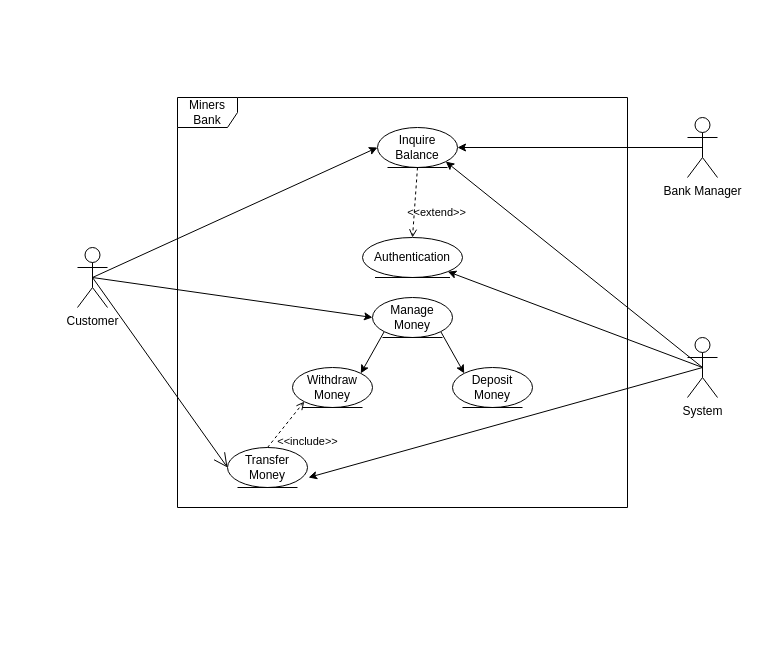
Before: UML Diagrams/UML Use Case Diagram.drawio in V00D00M/El-Paso-Miners-Bank, a draw.io diagram. Source tidied: cells renumbered, new cells numbered last; positions are measured from the earlier drawing's top-left corner, leaving out a move shared by most shapes. Both pictures are drawn from the tidied source at 100%, with x=0, y=0 at pixel (77, 97).
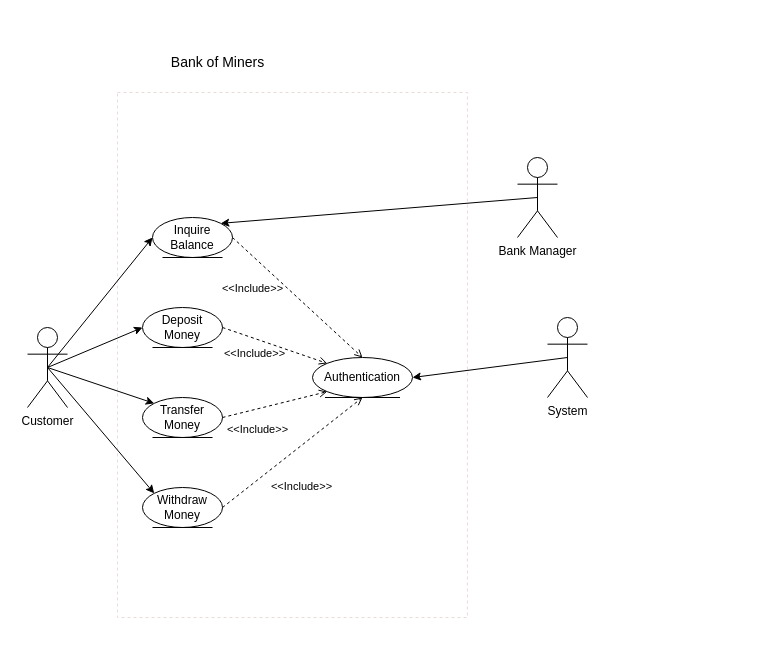
Above is the later version.

Commit message:
Updated UML Use Case diagrams with proper extends and includes

The edit, as a diff of the source:
```diff
@@
-    <mxCell id="2" value="Miners Bank" style="shape=umlFrame;whiteSpace=wrap;html=1;" parent="1" vertex="1">
-      <mxGeometry x="100" width="450" height="410" as="geometry" />
-    </mxCell>
+    <mxCell id="23" style="whiteSpace=wrap;html=1;glass=0;rounded=0;strokeColor=none;labelBackgroundColor=none;" parent="1" vertex="1">
+      <mxGeometry x="-60" y="-80" width="700" height="630" as="geometry" />
+    </mxCell>
+    <mxCell id="24" style="whiteSpace=wrap;html=1;rounded=0;glass=0;dashed=1;strokeColor=#ecdada;" parent="1" vertex="1">
+      <mxGeometry x="40" y="-5" width="350" height="525" as="geometry" />
+    </mxCell>
-    <mxCell id="3" style="edgeStyle=none;html=1;exitX=0.5;exitY=0.5;exitDx=0;exitDy=0;exitPerimeter=0;entryX=0;entryY=0.5;entryDx=0;entryDy=0;" parent="1" edge="1" source="4" target="14">
+    <mxCell id="3" style="edgeStyle=none;html=1;exitX=0.5;exitY=0.5;exitDx=0;exitDy=0;exitPerimeter=0;entryX=0;entryY=0.5;entryDx=0;entryDy=0;" parent="1" edge="1" source="4" target="19">
       <mxGeometry relative="1" as="geometry" />
     </mxCell>
     <mxCell id="4" value="Customer" style="shape=umlActor;verticalLabelPosition=bottom;verticalAlign=top;html=1;" parent="1" vertex="1">
-      <mxGeometry y="150" width="30" height="60" as="geometry" />
+      <mxGeometry x="-50" y="230" width="40" height="80" as="geometry" />
     </mxCell>
     <mxCell id="5" value="Bank Manager" style="shape=umlActor;verticalLabelPosition=bottom;verticalAlign=top;html=1;" parent="1" vertex="1">
-      <mxGeometry x="610" y="20" width="30" height="60" as="geometry" />
+      <mxGeometry x="440" y="60" width="40" height="80" as="geometry" />
     </mxCell>
-    <mxCell id="6" style="edgeStyle=none;html=1;exitX=0.5;exitY=0.5;exitDx=0;exitDy=0;exitPerimeter=0;entryX=1;entryY=1;entryDx=0;entryDy=0;" parent="1" edge="1" source="8" target="11">
-      <mxGeometry relative="1" as="geometry" />
-    </mxCell>
-    <mxCell id="7" style="edgeStyle=none;html=1;exitX=0.5;exitY=0.5;exitDx=0;exitDy=0;exitPerimeter=0;entryX=1.013;entryY=0.75;entryDx=0;entryDy=0;entryPerimeter=0;" parent="1" edge="1" source="8" target="9">
-      <mxGeometry relative="1" as="geometry" />
-    </mxCell>
     <mxCell id="8" value="System" style="shape=umlActor;verticalLabelPosition=bottom;verticalAlign=top;html=1;" parent="1" vertex="1">
-      <mxGeometry x="610" y="240" width="30" height="60" as="geometry" />
+      <mxGeometry x="470" y="220" width="40" height="80" as="geometry" />
     </mxCell>
     <mxCell id="9" value="Transfer Money" style="ellipse;shape=umlEntity;whiteSpace=wrap;html=1;" parent="1" vertex="1">
-      <mxGeometry x="150" y="350" width="80" height="40" as="geometry" />
+      <mxGeometry x="65" y="300" width="80" height="40" as="geometry" />
     </mxCell>
-    <mxCell id="10" style="edgeStyle=none;html=1;exitX=0.5;exitY=0.5;exitDx=0;exitDy=0;exitPerimeter=0;entryX=1;entryY=0.5;entryDx=0;entryDy=0;" parent="1" edge="1" source="5" target="11">
+    <mxCell id="10" style="edgeStyle=none;html=1;exitX=0.5;exitY=0.5;exitDx=0;exitDy=0;exitPerimeter=0;entryX=1;entryY=0;entryDx=0;entryDy=0;" parent="1" edge="1" source="5" target="11">
       <mxGeometry relative="1" as="geometry" />
     </mxCell>
     <mxCell id="11" value="Inquire Balance" style="ellipse;shape=umlEntity;whiteSpace=wrap;html=1;" parent="1" vertex="1">
-      <mxGeometry x="300" y="30" width="80" height="40" as="geometry" />
+      <mxGeometry x="75" y="120" width="80" height="40" as="geometry" />
     </mxCell>
-    <mxCell id="12" style="edgeStyle=none;html=1;exitX=0;exitY=1;exitDx=0;exitDy=0;entryX=1;entryY=0;entryDx=0;entryDy=0;" parent="1" edge="1" source="14" target="18">
+    <mxCell id="12" style="edgeStyle=none;html=1;exitX=0.5;exitY=0.5;exitDx=0;exitDy=0;entryX=0;entryY=0;entryDx=0;entryDy=0;exitPerimeter=0;" parent="1" edge="1" source="4" target="18">
       <mxGeometry relative="1" as="geometry" />
     </mxCell>
-    <mxCell id="13" style="edgeStyle=none;html=1;exitX=1;exitY=1;exitDx=0;exitDy=0;entryX=0;entryY=0;entryDx=0;entryDy=0;" parent="1" edge="1" source="14" target="19">
-      <mxGeometry relative="1" as="geometry" />
-    </mxCell>
-    <mxCell id="14" value="Manage Money" style="ellipse;shape=umlEntity;whiteSpace=wrap;html=1;" parent="1" vertex="1">
-      <mxGeometry x="295" y="200" width="80" height="40" as="geometry" />
-    </mxCell>
-    <mxCell id="15" style="edgeStyle=none;html=1;entryX=1;entryY=1;entryDx=0;entryDy=0;exitX=0.5;exitY=0.5;exitDx=0;exitDy=0;exitPerimeter=0;" parent="1" edge="1" source="8" target="16">
+    <mxCell id="15" style="edgeStyle=none;html=1;entryX=1;entryY=0.5;entryDx=0;entryDy=0;exitX=0.5;exitY=0.5;exitDx=0;exitDy=0;exitPerimeter=0;" parent="1" edge="1" source="8" target="16">
       <mxGeometry relative="1" as="geometry" />
     </mxCell>
     <mxCell id="16" value="Authentication" style="ellipse;shape=umlEntity;whiteSpace=wrap;html=1;" parent="1" vertex="1">
-      <mxGeometry x="285" y="140" width="100" height="40" as="geometry" />
+      <mxGeometry x="235" y="260" width="100" height="40" as="geometry" />
     </mxCell>
-    <mxCell id="17" style="endArrow=open;endFill=1;endSize=12;html=1;exitX=0.5;exitY=0.5;exitDx=0;exitDy=0;exitPerimeter=0;entryX=0;entryY=0.5;entryDx=0;entryDy=0;" parent="1" edge="1" source="4" target="9">
-      <mxGeometry relative="1" as="geometry" />
-    </mxCell>
     <mxCell id="18" value="Withdraw Money" style="ellipse;shape=umlEntity;whiteSpace=wrap;html=1;" parent="1" vertex="1">
-      <mxGeometry x="215" y="270" width="80" height="40" as="geometry" />
+      <mxGeometry x="65" y="390" width="80" height="40" as="geometry" />
     </mxCell>
     <mxCell id="19" value="Deposit Money" style="ellipse;shape=umlEntity;whiteSpace=wrap;html=1;" parent="1" vertex="1">
-      <mxGeometry x="375" y="270" width="80" height="40" as="geometry" />
+      <mxGeometry x="65" y="210" width="80" height="40" as="geometry" />
     </mxCell>
-    <mxCell id="20" value="&amp;lt;&amp;lt;include&amp;gt;&amp;gt;" style="html=1;verticalAlign=bottom;labelBackgroundColor=none;endArrow=open;endFill=0;dashed=1;exitX=0.5;exitY=0;exitDx=0;exitDy=0;entryX=0;entryY=1;entryDx=0;entryDy=0;" parent="1" edge="1" source="9" target="18">
-      <mxGeometry x="-0.22" y="-33" relative="1" as="geometry" />
-    </mxCell>
+    <mxCell id="22" style="edgeStyle=none;html=1;exitX=0.5;exitY=0.5;exitDx=0;exitDy=0;exitPerimeter=0;entryX=0;entryY=0.5;entryDx=0;entryDy=0;" parent="1" edge="1" source="4" target="11">
+      <mxGeometry relative="1" as="geometry" />
+    </mxCell>
+    <mxCell id="17" style="edgeStyle=none;html=1;exitX=0.5;exitY=0.5;exitDx=0;exitDy=0;entryX=0;entryY=0;entryDx=0;entryDy=0;exitPerimeter=0;" parent="1" edge="1" source="4" target="9">
+      <mxGeometry relative="1" as="geometry" />
+    </mxCell>
+    <mxCell id="25" value="&lt;font style=&quot;font-size: 14px;&quot;&gt;Bank of Miners&lt;/font&gt;" style="text;html=1;align=center;verticalAlign=middle;strokeColor=none;fillColor=none;" parent="1" vertex="1">
+      <mxGeometry x="90" y="-50" width="100" height="30" as="geometry" />
+    </mxCell>
+    <mxCell id="26" value="&amp;lt;&amp;lt;Include&amp;gt;&amp;gt;" style="html=1;verticalAlign=bottom;labelBackgroundColor=none;endArrow=open;endFill=0;dashed=1;exitX=1;exitY=0.5;exitDx=0;exitDy=0;entryX=0;entryY=1;entryDx=0;entryDy=0;" parent="1" edge="1" source="9" target="16">
+      <mxGeometry x="-0.47" y="-29" relative="1" as="geometry" />
+    </mxCell>
+    <mxCell id="27" value="&amp;lt;&amp;lt;Include&amp;gt;&amp;gt;" style="html=1;verticalAlign=bottom;labelBackgroundColor=none;endArrow=open;endFill=0;dashed=1;exitX=1;exitY=0.5;exitDx=0;exitDy=0;entryX=0.5;entryY=1;entryDx=0;entryDy=0;" parent="1" edge="1" source="18" target="16">
+      <mxGeometry x="-0.21" y="-38" relative="1" as="geometry">
+        <mxPoint y="1" as="offset" />
+      </mxGeometry>
+    </mxCell>
+    <mxCell id="28" value="&amp;lt;&amp;lt;Include&amp;gt;&amp;gt;" style="html=1;verticalAlign=bottom;labelBackgroundColor=none;endArrow=open;endFill=0;dashed=1;exitX=1;exitY=0.5;exitDx=0;exitDy=0;entryX=0;entryY=0;entryDx=0;entryDy=0;" parent="1" edge="1" source="19" target="16">
+      <mxGeometry x="-0.24" y="-23" relative="1" as="geometry" />
+    </mxCell>
-    <mxCell id="21" value="&amp;lt;&amp;lt;extend&amp;gt;&amp;gt;" style="html=1;verticalAlign=bottom;labelBackgroundColor=none;endArrow=open;endFill=0;dashed=1;exitX=0.5;exitY=1;exitDx=0;exitDy=0;entryX=0.5;entryY=0;entryDx=0;entryDy=0;" parent="1" edge="1" source="11" target="16">
-      <mxGeometry x="0.47" y="23" relative="1" as="geometry" />
+    <mxCell id="21" value="&amp;lt;&amp;lt;Include&amp;gt;&amp;gt;" style="html=1;verticalAlign=bottom;labelBackgroundColor=none;endArrow=open;endFill=0;dashed=1;exitX=1;exitY=0.5;exitDx=0;exitDy=0;entryX=0.5;entryY=0;entryDx=0;entryDy=0;" parent="1" edge="1" source="11" target="16">
+      <mxGeometry x="-0.37" y="-31" relative="1" as="geometry">
+        <mxPoint y="-1" as="offset" />
+      </mxGeometry>
     </mxCell>
-    <mxCell id="22" style="edgeStyle=none;html=1;exitX=0.5;exitY=0.5;exitDx=0;exitDy=0;exitPerimeter=0;entryX=0;entryY=0.5;entryDx=0;entryDy=0;" parent="1" edge="1" source="4" target="11">
-      <mxGeometry relative="1" as="geometry" />
-    </mxCell>
```
